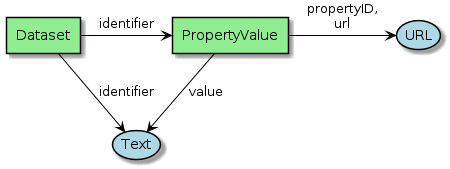
eovoc/eo-on-schema.org keeps this PlantUML diagram as series/diagrams/PropertyValue.png. Above is the earlier version. The source it was exported from:
```plantuml
@startuml


skinparam usecase {
BackgroundColor LightBlue
BorderColor Black
  ArrowColor Black
  linetype Ortho
}

skinparam agent {
BackgroundColor LightGreen
BorderColor Black
ArrowColor Black
linetype Ortho
}

agent Dataset
agent PropertyValue



Dataset -right-> (Text) : "identifier"

Dataset -right-> PropertyValue : "identifier"

PropertyValue --> (Text) : "value"
PropertyValue -right-> (URL) : "propertyID,\nurl"
@enduml
```
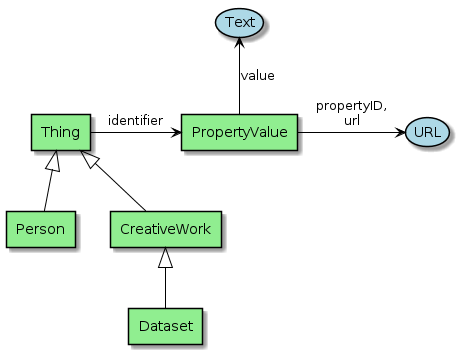
The same file after the commit.

What changed in the source:
```diff
@@ -15,15 +15,20 @@
 linetype Ortho
 }
 
+agent Thing
+agent Person
 agent Dataset
+agent CreativeWork
 agent PropertyValue
 
 
 
-Dataset -right-> (Text) : "identifier"
+Thing -right-> PropertyValue : "identifier"
 
-Dataset -right-> PropertyValue : "identifier"
+PropertyValue -up-> (Text) : "value"
+PropertyValue -right-> (URL) : "propertyID,\nurl"
 
-PropertyValue --> (Text) : "value"
-PropertyValue -right-> (URL) : "propertyID,\nurl"
+Thing <|-- CreativeWork
+Thing <|-- Person
+CreativeWork <|-- Dataset
 @enduml
```
